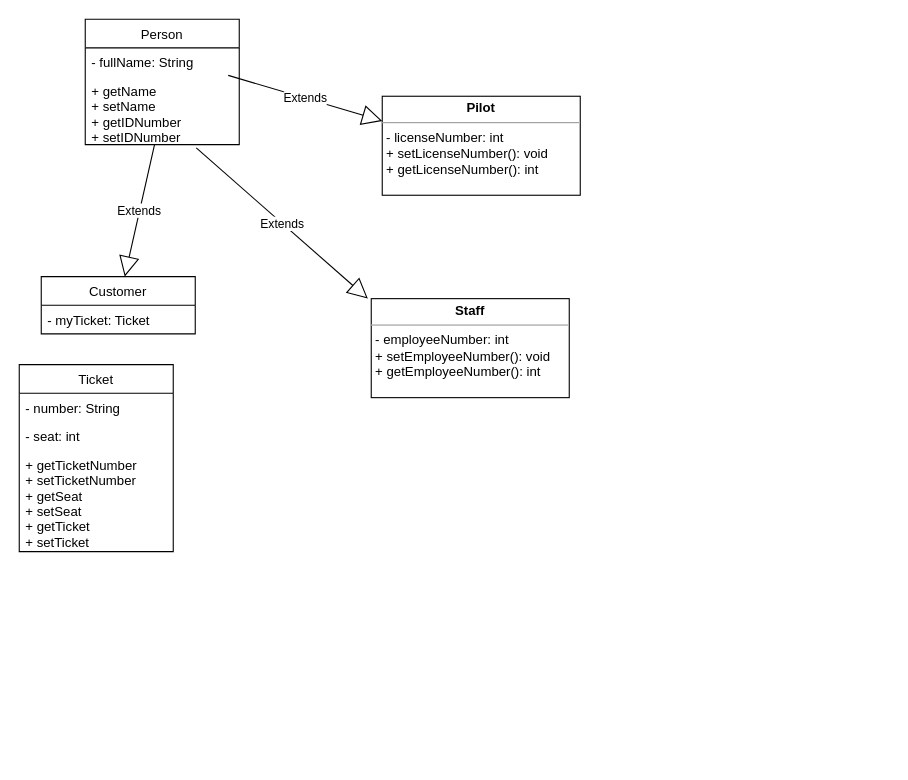
Above: Untitled Diagram.drawio in marciasilva/Files (draw.io), before the change. Source tidied: cells renumbered, new cells numbered last; positions are measured from the earlier drawing's top-left corner, leaving out a move shared by most shapes. Both pictures are drawn from the tidied source at 110%, with x=0, y=0 at pixel (19, 19).
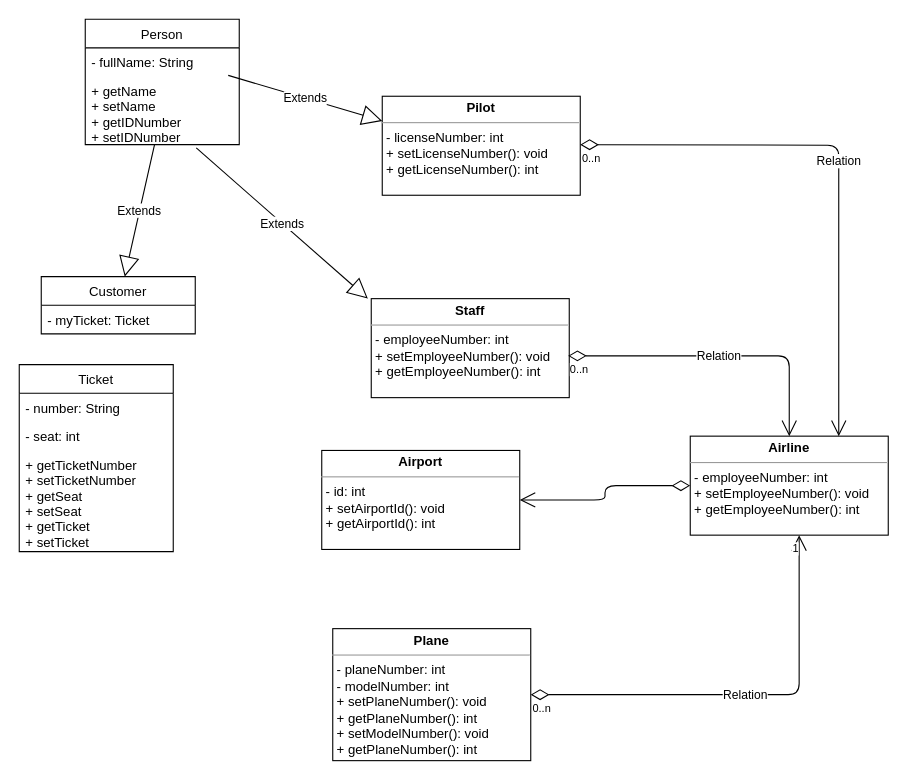
Above is the later version.

Commit message:
Update with airline and planes

The change refers to these unchanged cells:
```xml
<mxCell id="11" value="&lt;p style=&quot;margin: 0px ; margin-top: 4px ; text-align: center&quot;&gt;&lt;b&gt;Staff&lt;/b&gt;&lt;/p&gt;&lt;hr size=&quot;1&quot;&gt;&lt;p style=&quot;margin: 0px ; margin-left: 4px&quot;&gt;- employeeNumber: int&lt;/p&gt;&lt;p style=&quot;margin: 0px ; margin-left: 4px&quot;&gt;+ setEmployeeNumber(): void&lt;/p&gt;&lt;p style=&quot;margin: 0px ; margin-left: 4px&quot;&gt;+ getEmployeeNumber(): int&lt;/p&gt;" style="verticalAlign=top;align=left;overflow=fill;fontSize=12;fontFamily=Helvetica;html=1;" parent="1" vertex="1">
  <mxGeometry x="320" y="254" width="180" height="90" as="geometry" />
</mxCell>
```

The edit, as a diff of the source:
```diff
@@
+    <mxCell id="16" value="&lt;p style=&quot;margin: 0px ; margin-top: 4px ; text-align: center&quot;&gt;&lt;b&gt;Airport&lt;/b&gt;&lt;/p&gt;&lt;hr size=&quot;1&quot;&gt;&lt;p style=&quot;margin: 0px ; margin-left: 4px&quot;&gt;- id: int&lt;/p&gt;&lt;p style=&quot;margin: 0px ; margin-left: 4px&quot;&gt;+ setAirportId(): void&lt;/p&gt;&lt;p style=&quot;margin: 0px ; margin-left: 4px&quot;&gt;+ getAirportId(): int&lt;/p&gt;" style="verticalAlign=top;align=left;overflow=fill;fontSize=12;fontFamily=Helvetica;html=1;" parent="1" vertex="1">
+      <mxGeometry x="275" y="392" width="180" height="90" as="geometry" />
+    </mxCell>
+    <mxCell id="17" value="&lt;p style=&quot;margin: 0px ; margin-top: 4px ; text-align: center&quot;&gt;&lt;b&gt;Airline&lt;/b&gt;&lt;/p&gt;&lt;hr size=&quot;1&quot;&gt;&lt;p style=&quot;margin: 0px ; margin-left: 4px&quot;&gt;- employeeNumber: int&lt;/p&gt;&lt;p style=&quot;margin: 0px ; margin-left: 4px&quot;&gt;+ setEmployeeNumber(): void&lt;/p&gt;&lt;p style=&quot;margin: 0px ; margin-left: 4px&quot;&gt;+ getEmployeeNumber(): int&lt;/p&gt;" style="verticalAlign=top;align=left;overflow=fill;fontSize=12;fontFamily=Helvetica;html=1;" parent="1" vertex="1">
+      <mxGeometry x="610" y="379" width="180" height="90" as="geometry" />
+    </mxCell>
+    <mxCell id="18" style="endArrow=open;html=1;endSize=12;startArrow=diamondThin;startSize=14;startFill=0;edgeStyle=orthogonalEdgeStyle;exitX=0;exitY=0.5;exitDx=0;exitDy=0;" parent="1" edge="1" source="17" target="16">
+      <mxGeometry x="0.23" y="7" relative="1" as="geometry" />
+    </mxCell>
+    <mxCell id="19" style="html=1;align=left;verticalAlign=top;labelBackgroundColor=#ffffff;fontSize=10;" parent="18" vertex="1">
+      <mxGeometry x="-1" relative="1" as="geometry" />
+    </mxCell>
+    <mxCell id="20" value="Relation" style="endArrow=open;html=1;endSize=12;startArrow=diamondThin;startSize=14;startFill=0;edgeStyle=orthogonalEdgeStyle;exitX=0.994;exitY=0.578;exitDx=0;exitDy=0;exitPerimeter=0;" parent="1" edge="1" source="11" target="17">
+      <mxGeometry relative="1" as="geometry" />
+    </mxCell>
+    <mxCell id="21" value="0..n" style="html=1;align=left;verticalAlign=top;labelBackgroundColor=#ffffff;fontSize=10;" parent="20" vertex="1">
+      <mxGeometry x="-1" relative="1" as="geometry" />
+    </mxCell>
+    <mxCell id="22" value="Relation" style="endArrow=open;html=1;endSize=12;startArrow=diamondThin;startSize=14;startFill=0;edgeStyle=orthogonalEdgeStyle;entryX=0.75;entryY=0;entryDx=0;entryDy=0;" parent="1" edge="1" target="17">
+      <mxGeometry relative="1" as="geometry">
+        <mxPoint x="510" y="114" as="sourcePoint" />
+      </mxGeometry>
+    </mxCell>
+    <mxCell id="23" value="0..n" style="html=1;align=left;verticalAlign=top;labelBackgroundColor=#ffffff;fontSize=10;" parent="22" vertex="1">
+      <mxGeometry x="-1" relative="1" as="geometry" />
+    </mxCell>
+    <mxCell id="24" value="&lt;p style=&quot;margin: 0px ; margin-top: 4px ; text-align: center&quot;&gt;&lt;b&gt;Plane&lt;/b&gt;&lt;/p&gt;&lt;hr size=&quot;1&quot;&gt;&lt;p style=&quot;margin: 0px ; margin-left: 4px&quot;&gt;- planeNumber: int&lt;/p&gt;&lt;p style=&quot;margin: 0px ; margin-left: 4px&quot;&gt;- modelNumber: int&lt;/p&gt;&lt;p style=&quot;margin: 0px ; margin-left: 4px&quot;&gt;+ setPlaneNumber(): void&lt;/p&gt;&lt;p style=&quot;margin: 0px ; margin-left: 4px&quot;&gt;+ getPlaneNumber(): int&lt;/p&gt;&lt;p style=&quot;margin: 0px ; margin-left: 4px&quot;&gt;+ setModelNumber(): void&lt;/p&gt;&lt;p style=&quot;margin: 0px ; margin-left: 4px&quot;&gt;+ getPlaneNumber(): int&lt;/p&gt;" style="verticalAlign=top;align=left;overflow=fill;fontSize=12;fontFamily=Helvetica;html=1;" parent="1" vertex="1">
+      <mxGeometry x="285" y="554" width="180" height="120" as="geometry" />
+    </mxCell>
+    <mxCell id="25" value="Relation" style="endArrow=open;html=1;endSize=12;startArrow=diamondThin;startSize=14;startFill=0;edgeStyle=orthogonalEdgeStyle;exitX=1;exitY=0.5;exitDx=0;exitDy=0;entryX=0.55;entryY=1;entryDx=0;entryDy=0;entryPerimeter=0;" parent="1" edge="1" source="24" target="17">
+      <mxGeometry relative="1" as="geometry" />
+    </mxCell>
+    <mxCell id="26" value="0..n" style="html=1;align=left;verticalAlign=top;labelBackgroundColor=#ffffff;fontSize=10;" parent="25" vertex="1">
+      <mxGeometry x="-1" relative="1" as="geometry" />
+    </mxCell>
+    <mxCell id="27" value="1" style="html=1;align=right;verticalAlign=top;labelBackgroundColor=#ffffff;fontSize=10;" parent="25" vertex="1">
+      <mxGeometry x="1" relative="1" as="geometry" />
+    </mxCell>
```
